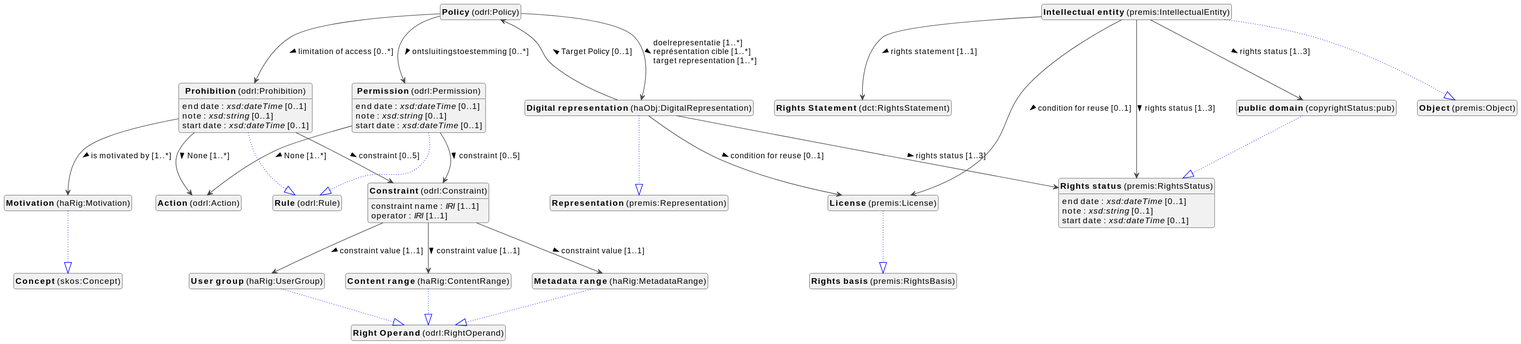
Before: docs/metadata/knowledge-graph/1.1.0/rights/en/rights-diagram.svg, a diagram exported from PlantUML (viaacode/documentation).
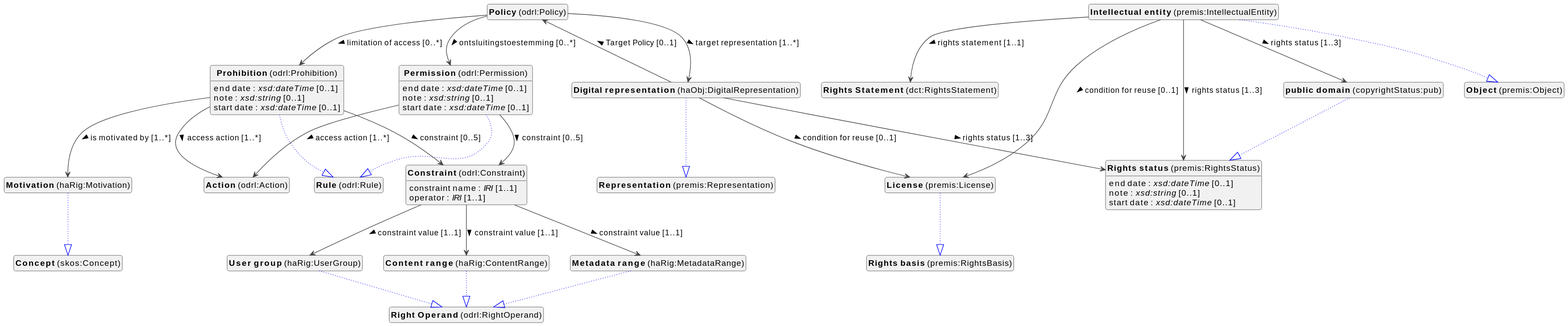
Above is the later version.

Diff of the diagram source:
```diff
@@ -79,13 +79,13 @@
 odrl_Permission : end date : <i>xsd:dateTime</i> [0..1]
 odrl_Permission : note : <i>xsd:string</i> [0..1]
 odrl_Permission : start date : <i>xsd:dateTime</i> [0..1]
-odrl_Permission --> odrl_Action :None [1..*]  >
+odrl_Permission --> odrl_Action :access action [1..*]  >
 odrl_Permission --> odrl_Constraint :constraint [0..5]  >
 
 
 
 
-odrl_Policy --> haObj_DigitalRepresentation :doelrepresentatie [1..*]  \lreprésentation cible [1..*]  \ltarget representation [1..*]  >
+odrl_Policy --> haObj_DigitalRepresentation :target representation [1..*]  >
 odrl_Policy --> odrl_Permission :ontsluitingstoestemming [0..*]  >
 odrl_Policy --> odrl_Prohibition :limitation of access [0..*]  >
 
@@ -95,7 +95,7 @@
 odrl_Prohibition : note : <i>xsd:string</i> [0..1]
 odrl_Prohibition : start date : <i>xsd:dateTime</i> [0..1]
 odrl_Prohibition --> haRig_Motivation :is motivated by [1..*]  >
-odrl_Prohibition --> odrl_Action :None [1..*]  >
+odrl_Prohibition --> odrl_Action :access action [1..*]  >
 odrl_Prohibition --> odrl_Constraint :constraint [0..5]  >
 
 
```
